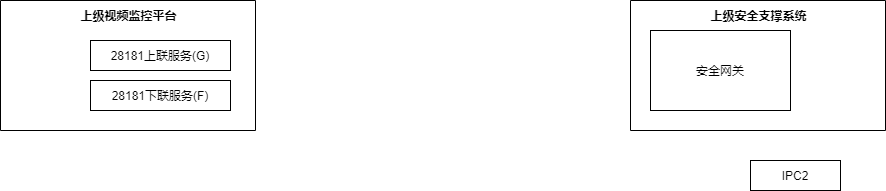
The draw.io diagram AAA.png in LingJiabin/Linux_test, before a commit. Source tidied: cells renumbered, new cells last; positions are measured from the earlier drawing's top-left corner, leaving out a move shared by most shapes. Source of this version:
```xml
<mxGraphModel>
  <root>
    <mxCell id="0" />
    <mxCell id="1" parent="0" />
    <mxCell id="2" value="28181上联服务(G)" style="rounded=0;whiteSpace=wrap;html=1;" parent="1" vertex="1">
      <mxGeometry x="90" y="40" width="140" height="30" as="geometry" />
    </mxCell>
    <mxCell id="3" value="&lt;b style=&quot;line-height: 160%&quot;&gt;上级视频监控平台&lt;/b&gt;" style="html=1;fillColor=none;align=center;horizontal=1;direction=south;fontStyle=0;verticalAlign=top;" parent="1" vertex="1">
      <mxGeometry width="255" height="130" as="geometry" />
    </mxCell>
    <mxCell id="4" value="28181下联服务(F)" style="rounded=0;whiteSpace=wrap;html=1;" parent="1" vertex="1">
      <mxGeometry x="90" y="80" width="140" height="30" as="geometry" />
    </mxCell>
    <mxCell id="5" value="安全网关" style="rounded=0;whiteSpace=wrap;html=1;" parent="1" vertex="1">
      <mxGeometry x="650" y="30" width="140" height="80" as="geometry" />
    </mxCell>
    <mxCell id="6" value="&lt;b style=&quot;line-height: 160%&quot;&gt;上级安全支撑系统&lt;/b&gt;" style="html=1;fillColor=none;align=center;horizontal=1;direction=south;fontStyle=0;verticalAlign=top;" parent="1" vertex="1">
      <mxGeometry x="630" width="255" height="130" as="geometry" />
    </mxCell>
    <mxCell id="7" value="IPC2" style="rounded=0;whiteSpace=wrap;html=1;" parent="1" vertex="1">
      <mxGeometry x="750" y="160" width="90" height="30" as="geometry" />
    </mxCell>
  </root>
</mxGraphModel>
```
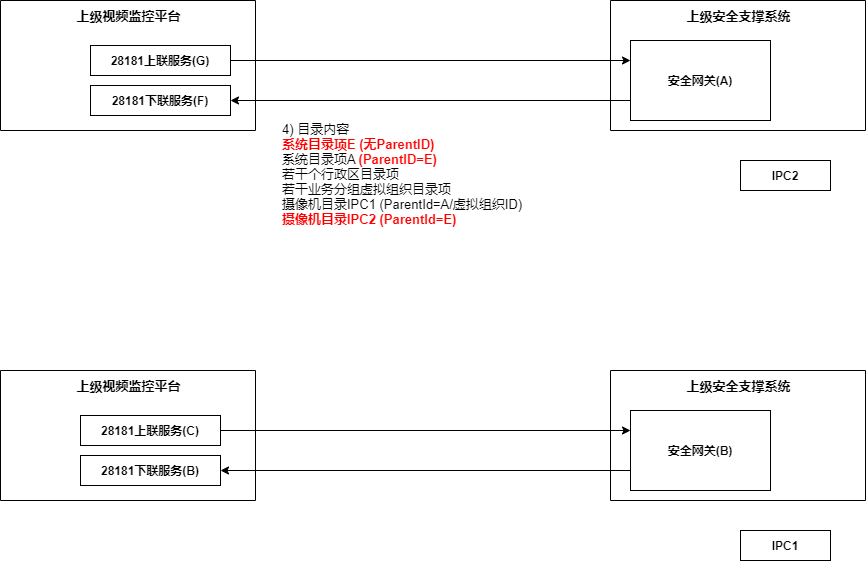
The same diagram one commit later.

Change to the diagram source:
```diff
@@ -2,23 +2,56 @@
   <root>
     <mxCell id="0" />
     <mxCell id="1" parent="0" />
+    <mxCell id="8" style="edgeStyle=orthogonalEdgeStyle;rounded=0;jettySize=auto;html=1;entryX=0;entryY=0.25;entryDx=0;entryDy=0;fontColor=#050505;" parent="1" edge="1" source="2" target="5">
+      <mxGeometry relative="1" as="geometry" />
+    </mxCell>
-    <mxCell id="2" value="28181上联服务(G)" style="rounded=0;whiteSpace=wrap;html=1;" parent="1" vertex="1">
-      <mxGeometry x="90" y="40" width="140" height="30" as="geometry" />
+    <mxCell id="2" value="&lt;b&gt;28181上联服务(G)&lt;/b&gt;" style="rounded=0;whiteSpace=wrap;html=1;" parent="1" vertex="1">
+      <mxGeometry x="100" y="45" width="140" height="30" as="geometry" />
     </mxCell>
-    <mxCell id="3" value="&lt;b style=&quot;line-height: 160%&quot;&gt;上级视频监控平台&lt;/b&gt;" style="html=1;fillColor=none;align=center;horizontal=1;direction=south;fontStyle=0;verticalAlign=top;" parent="1" vertex="1">
-      <mxGeometry width="255" height="130" as="geometry" />
+    <mxCell id="3" value="&lt;b style=&quot;line-height: 160%&quot;&gt;&lt;font style=&quot;font-size: 13px&quot;&gt;上级视频监控平台&lt;/font&gt;&lt;/b&gt;" style="html=1;fillColor=none;align=center;horizontal=1;direction=south;fontStyle=0;verticalAlign=top;" parent="1" vertex="1">
+      <mxGeometry x="10" width="255" height="130" as="geometry" />
     </mxCell>
-    <mxCell id="4" value="28181下联服务(F)" style="rounded=0;whiteSpace=wrap;html=1;" parent="1" vertex="1">
-      <mxGeometry x="90" y="80" width="140" height="30" as="geometry" />
+    <mxCell id="4" value="&lt;b&gt;28181下联服务(F)&lt;/b&gt;" style="rounded=0;whiteSpace=wrap;html=1;" parent="1" vertex="1">
+      <mxGeometry x="100" y="85" width="140" height="30" as="geometry" />
     </mxCell>
+    <mxCell id="9" style="edgeStyle=orthogonalEdgeStyle;rounded=0;jettySize=auto;html=1;exitX=0;exitY=0.75;exitDx=0;exitDy=0;entryX=1;entryY=0.5;entryDx=0;entryDy=0;" parent="1" edge="1" source="5" target="4">
+      <mxGeometry relative="1" as="geometry" />
+    </mxCell>
-    <mxCell id="5" value="安全网关" style="rounded=0;whiteSpace=wrap;html=1;" parent="1" vertex="1">
-      <mxGeometry x="650" y="30" width="140" height="80" as="geometry" />
+    <mxCell id="5" value="&lt;b&gt;安全网关(A)&lt;/b&gt;" style="rounded=0;whiteSpace=wrap;html=1;" parent="1" vertex="1">
+      <mxGeometry x="640" y="40" width="140" height="80" as="geometry" />
     </mxCell>
-    <mxCell id="6" value="&lt;b style=&quot;line-height: 160%&quot;&gt;上级安全支撑系统&lt;/b&gt;" style="html=1;fillColor=none;align=center;horizontal=1;direction=south;fontStyle=0;verticalAlign=top;" parent="1" vertex="1">
-      <mxGeometry x="630" width="255" height="130" as="geometry" />
+    <mxCell id="6" value="&lt;b style=&quot;line-height: 160%&quot;&gt;&lt;font style=&quot;font-size: 13px&quot;&gt;上级安全支撑系统&lt;/font&gt;&lt;/b&gt;" style="html=1;fillColor=none;align=center;horizontal=1;direction=south;fontStyle=0;verticalAlign=top;" parent="1" vertex="1">
+      <mxGeometry x="620" width="255" height="130" as="geometry" />
     </mxCell>
-    <mxCell id="7" value="IPC2" style="rounded=0;whiteSpace=wrap;html=1;" parent="1" vertex="1">
+    <mxCell id="7" value="&lt;b&gt;IPC2&lt;/b&gt;" style="rounded=0;whiteSpace=wrap;html=1;" parent="1" vertex="1">
       <mxGeometry x="750" y="160" width="90" height="30" as="geometry" />
     </mxCell>
+    <mxCell id="10" style="edgeStyle=orthogonalEdgeStyle;rounded=0;jettySize=auto;entryX=0;entryY=0.25;entryDx=0;entryDy=0;html=1;" parent="1" edge="1" source="11" target="15">
+      <mxGeometry relative="1" as="geometry" />
+    </mxCell>
+    <mxCell id="11" value="&lt;b&gt;28181上联服务(C)&lt;/b&gt;" style="rounded=0;whiteSpace=wrap;html=1;" parent="1" vertex="1">
+      <mxGeometry x="90" y="415" width="140" height="30" as="geometry" />
+    </mxCell>
+    <mxCell id="12" value="&lt;b style=&quot;line-height: 160%&quot;&gt;&lt;font style=&quot;font-size: 13px&quot;&gt;上级视频监控平台&lt;/font&gt;&lt;/b&gt;" style="html=1;fillColor=none;align=center;horizontal=1;direction=south;fontStyle=0;verticalAlign=top;" parent="1" vertex="1">
+      <mxGeometry x="10" y="370" width="255" height="130" as="geometry" />
+    </mxCell>
+    <mxCell id="13" value="&lt;b&gt;28181下联服务(B)&lt;/b&gt;" style="rounded=0;whiteSpace=wrap;html=1;" parent="1" vertex="1">
+      <mxGeometry x="90" y="455" width="140" height="30" as="geometry" />
+    </mxCell>
+    <mxCell id="14" style="edgeStyle=orthogonalEdgeStyle;rounded=0;jettySize=auto;html=1;exitX=0;exitY=0.75;exitDx=0;exitDy=0;entryX=1;entryY=0.5;entryDx=0;entryDy=0;fontColor=#424242;" parent="1" edge="1" source="15" target="13">
+      <mxGeometry relative="1" as="geometry" />
+    </mxCell>
+    <mxCell id="15" value="&lt;b&gt;安全网关(B)&lt;/b&gt;" style="rounded=0;whiteSpace=wrap;html=1;" parent="1" vertex="1">
+      <mxGeometry x="640" y="410" width="140" height="80" as="geometry" />
+    </mxCell>
+    <mxCell id="16" value="&lt;b style=&quot;line-height: 160%&quot;&gt;&lt;font style=&quot;font-size: 13px&quot;&gt;上级安全支撑系统&lt;/font&gt;&lt;/b&gt;" style="html=1;fillColor=none;align=center;horizontal=1;direction=south;fontStyle=0;verticalAlign=top;" parent="1" vertex="1">
+      <mxGeometry x="620" y="370" width="255" height="130" as="geometry" />
+    </mxCell>
+    <mxCell id="17" value="&lt;b&gt;IPC1&lt;/b&gt;" style="rounded=0;whiteSpace=wrap;html=1;" parent="1" vertex="1">
+      <mxGeometry x="750" y="530" width="90" height="30" as="geometry" />
+    </mxCell>
+    <mxCell id="18" value="&lt;font style=&quot;font-size: 13px&quot;&gt;4) 目录内容&lt;br&gt;&lt;b&gt;&lt;font color=&quot;#ff0000&quot;&gt;系统目录项E&amp;nbsp;&lt;/font&gt;&lt;/b&gt;&lt;font color=&quot;#ff0000&quot;&gt;&lt;b&gt;(无ParentID)&lt;br&gt;&lt;/b&gt;&lt;/font&gt;系统目录项A&amp;nbsp;&lt;font color=&quot;#ff0000&quot;&gt;&lt;b&gt;(ParentID=E)&lt;/b&gt;&lt;/font&gt;&lt;br&gt;若干个行政区目录项&lt;br&gt;若干业务分组虚拟组织目录项&lt;br&gt;摄像机目录IPC1 (ParentId=A/虚拟组织ID)&lt;br&gt;&lt;b&gt;&lt;font color=&quot;#ff0000&quot;&gt;摄像机目录IPC2 (ParentId=E)&lt;/font&gt;&lt;/b&gt;&lt;br&gt;&lt;/font&gt;" style="text;html=1;strokeColor=none;fillColor=none;align=left;verticalAlign=top;whiteSpace=wrap;rounded=0;fontColor=#000000;" parent="1" vertex="1">
+      <mxGeometry x="290" y="115" width="250" height="130" as="geometry" />
+    </mxCell>
   </root>
 </mxGraphModel>
```
